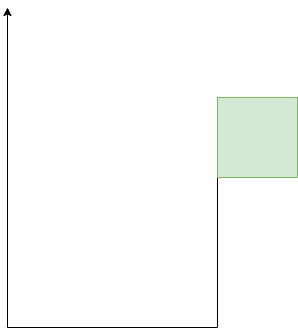
The draw.io diagram 2022.7.drawio.png in muxicode/c153080686, before a commit. Source tidied: cells renumbered, new cells last; positions are measured from the earlier drawing's top-left corner, leaving out a move shared by most shapes.
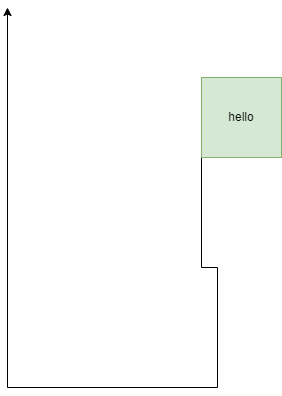
The same file after the commit.

The edit, as a diff of the source:
```diff
@@ -4,14 +4,15 @@
     <mxCell id="1" parent="0" />
     <mxCell id="2" style="edgeStyle=orthogonalEdgeStyle;rounded=0;jettySize=auto;html=1;exitX=0;exitY=0;exitDx=0;exitDy=0;" parent="1" edge="1" source="3">
       <mxGeometry relative="1" as="geometry">
-        <mxPoint as="targetPoint" />
+        <mxPoint x="16" y="20" as="targetPoint" />
         <Array as="points">
-          <mxPoint x="210" y="320" />
-          <mxPoint y="320" />
+          <mxPoint x="226" y="280" />
+          <mxPoint x="226" y="400" />
+          <mxPoint x="16" y="400" />
         </Array>
       </mxGeometry>
     </mxCell>
-    <mxCell id="3" style="whiteSpace=wrap;html=1;fillColor=#d5e8d4;strokeColor=#82b366;" parent="1" vertex="1">
+    <mxCell id="3" value="hello" style="whiteSpace=wrap;html=1;fillColor=#d5e8d4;strokeColor=#82b366;" parent="1" vertex="1">
       <mxGeometry x="210" y="90" width="80" height="80" as="geometry" />
     </mxCell>
   </root>
```
